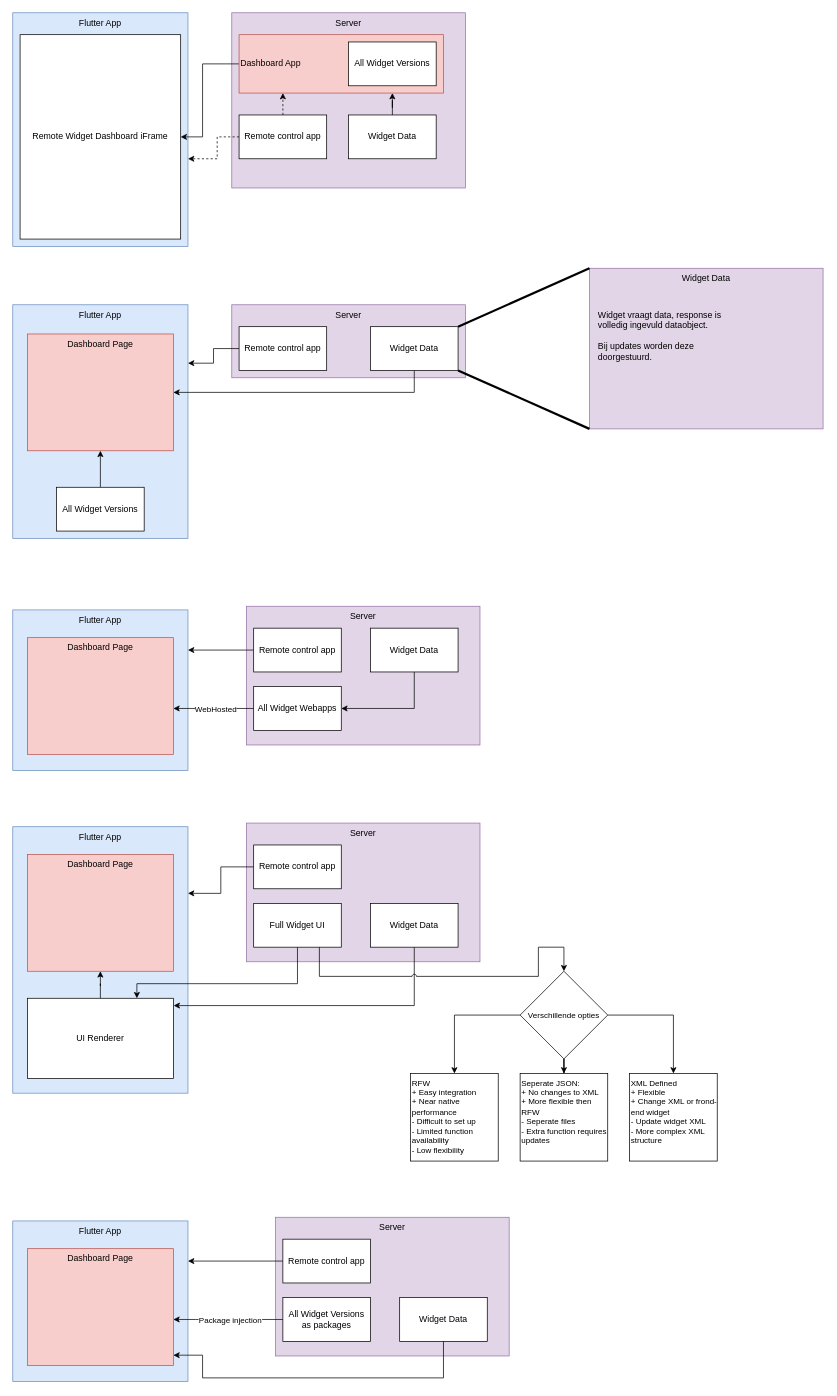
MaxDelissen/fvm_demo keeps this draw.io diagram as Untitled Diagram.drawio. Above is the earlier version. Source tidied: cells renumbered, new cells numbered last; positions are measured from the earlier drawing's top-left corner, leaving out a move shared by most shapes. Both pictures are drawn from the tidied source at 73%, with x=0, y=0 at pixel (12, 12).
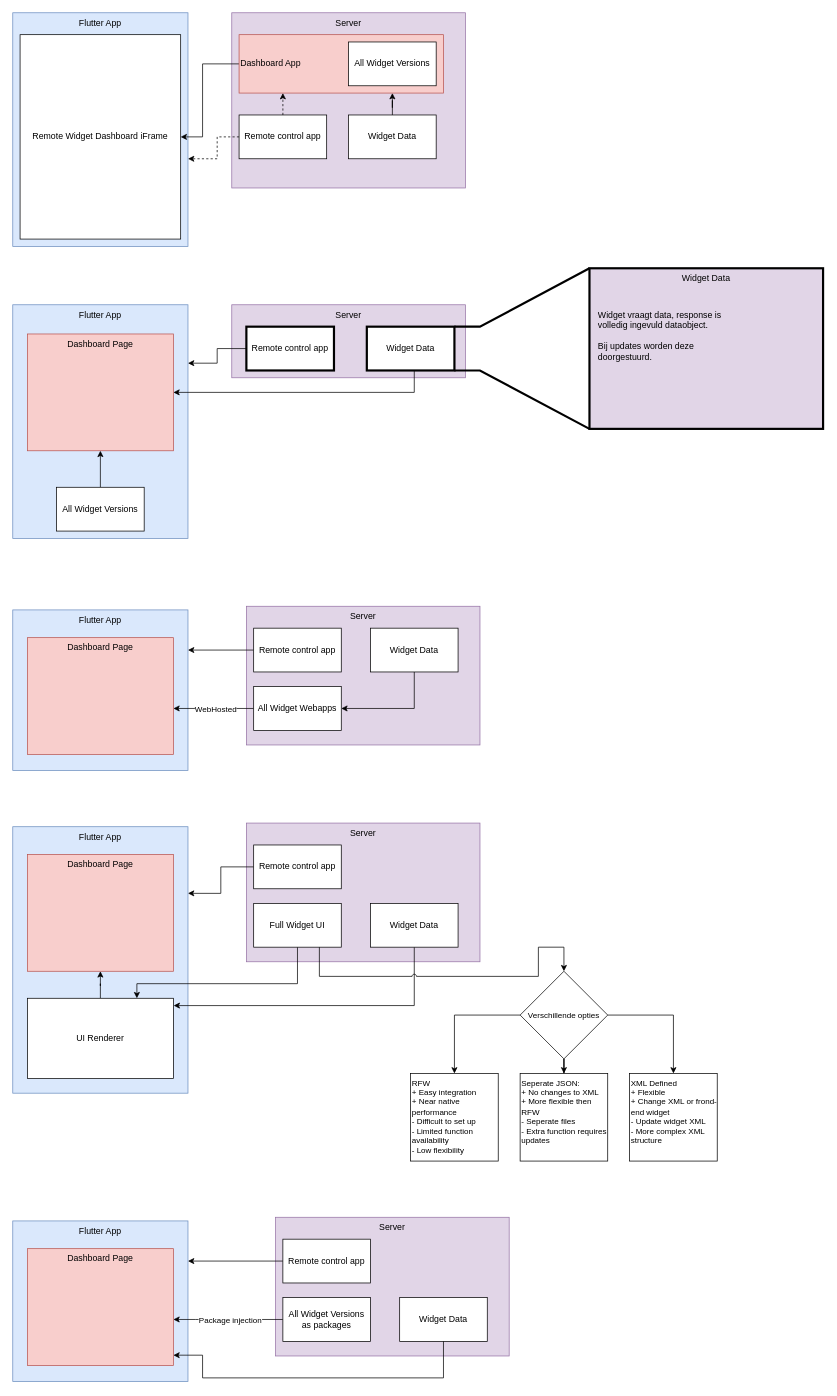
The same diagram, later.

Change to the diagram source:
```diff
@@
-    <mxCell id="13" value="Remote control app" style="rounded=0;whiteSpace=wrap;html=1;" parent="1" vertex="1">
-      <mxGeometry x="310" y="430" width="120" height="60" as="geometry" />
+    <mxCell id="13" value="Remote control app" style="rounded=0;whiteSpace=wrap;html=1;strokeWidth=3;" parent="1" vertex="1">
+      <mxGeometry x="320" y="430" width="120" height="60" as="geometry" />
     </mxCell>
@@
-    <mxCell id="18" value="Widget Data" style="rounded=0;whiteSpace=wrap;html=1;" parent="1" vertex="1">
-      <mxGeometry x="490" y="430" width="120" height="60" as="geometry" />
+    <mxCell id="18" value="Widget Data" style="rounded=0;whiteSpace=wrap;html=1;strokeWidth=3;perimeter=rectanglePerimeter;fixDash=0;" parent="1" vertex="1">
+      <mxGeometry x="485" y="430" width="120" height="60" as="geometry" />
     </mxCell>
@@
-    <mxCell id="61" value="Widget Data" style="rounded=0;whiteSpace=wrap;html=1;verticalAlign=top;fillColor=#e1d5e7;strokeColor=#9673a6;" parent="1" vertex="1">
+    <mxCell id="61" value="Widget Data" style="rounded=0;whiteSpace=wrap;html=1;verticalAlign=top;fillColor=#e1d5e7;strokeColor=light-dark(#000000,#000000);strokeWidth=3;" parent="1" vertex="1">
       <mxGeometry x="790" y="350" width="320" height="220" as="geometry" />
     </mxCell>
     <mxCell id="62" style="endArrow=none;html=1;rounded=0;entryX=0;entryY=0;entryDx=0;entryDy=0;exitX=1;exitY=0;exitDx=0;exitDy=0;strokeWidth=3;" parent="1" edge="1" source="18" target="61">
-      <mxGeometry relative="1" as="geometry" />
+      <mxGeometry relative="1" as="geometry">
+        <Array as="points">
+          <mxPoint x="640" y="430" />
+        </Array>
+      </mxGeometry>
     </mxCell>
     <mxCell id="63" style="endArrow=none;html=1;rounded=0;entryX=1;entryY=1;entryDx=0;entryDy=0;exitX=0;exitY=1;exitDx=0;exitDy=0;strokeWidth=3;" parent="1" edge="1" source="61" target="18">
-      <mxGeometry relative="1" as="geometry" />
+      <mxGeometry relative="1" as="geometry">
+        <Array as="points">
+          <mxPoint x="640" y="490" />
+        </Array>
+      </mxGeometry>
     </mxCell>
```
